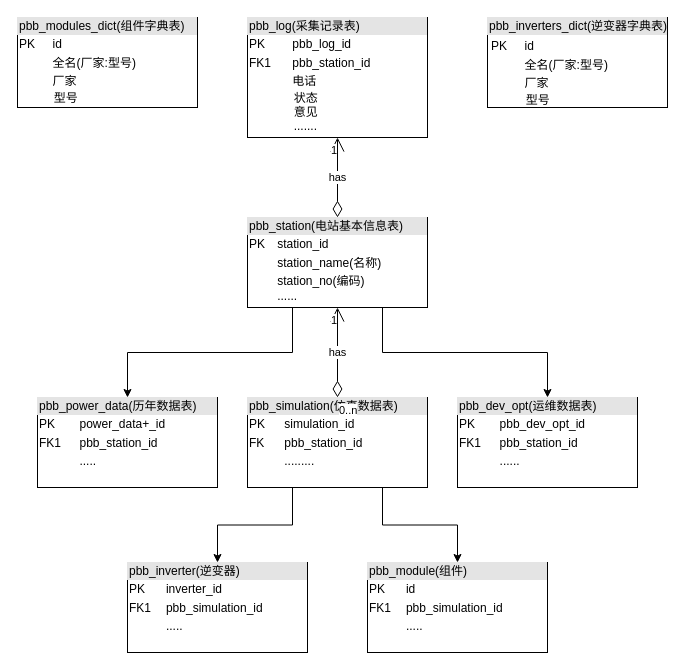
gg2herry/drawio keeps this draw.io diagram as page "数据库表" (2 of 3) of package.drawio. Above is the earlier version. Source tidied: cells renumbered, new cells numbered last; positions are measured from the earlier drawing's top-left corner, leaving out a move shared by most shapes. Both pictures are drawn from the tidied source at 100%, with x=0, y=0 at pixel (17, 17).
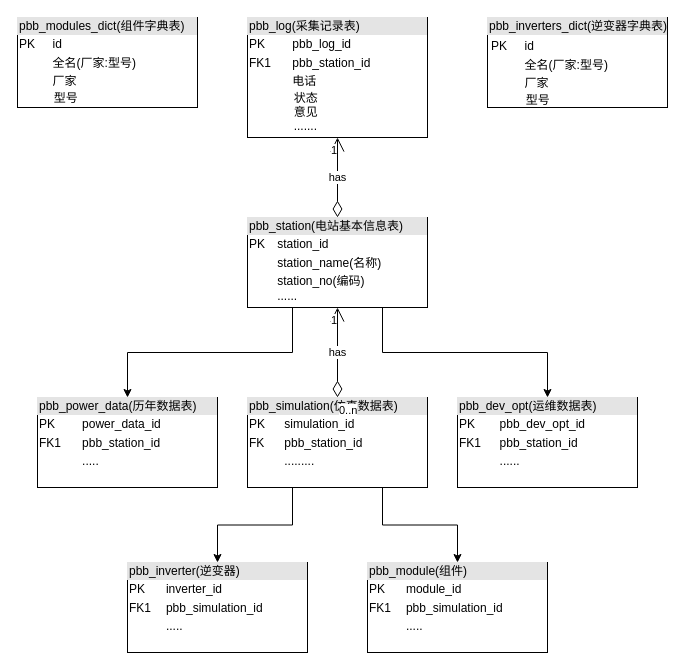
After the change.

The change refers to these unchanged cells:
```xml
<mxCell id="2" style="group;" parent="1" vertex="1">
  <mxGeometry width="650" height="635" as="geometry" />
</mxCell>
```

What changed in the source:
```diff
@@
-    <mxCell id="6" value="&lt;div style=&quot;box-sizing: border-box ; width: 100% ; background: #e4e4e4 ; padding: 2px&quot;&gt;pbb_module(组件)&lt;/div&gt;&lt;table style=&quot;width: 100% ; font-size: 1em&quot; cellpadding=&quot;2&quot; cellspacing=&quot;0&quot;&gt;&lt;tbody&gt;&lt;tr&gt;&lt;td&gt;PK&lt;/td&gt;&lt;td&gt;id&lt;br&gt;&lt;/td&gt;&lt;/tr&gt;&lt;tr&gt;&lt;td&gt;FK1&lt;/td&gt;&lt;td&gt;pbb_simulation_id&lt;/td&gt;&lt;/tr&gt;&lt;tr&gt;&lt;td&gt;&lt;/td&gt;&lt;td&gt;.....&lt;/td&gt;&lt;/tr&gt;&lt;/tbody&gt;&lt;/table&gt;" style="verticalAlign=top;align=left;overflow=fill;html=1;" parent="2" vertex="1">
+    <mxCell id="6" value="&lt;div style=&quot;box-sizing: border-box ; width: 100% ; background: #e4e4e4 ; padding: 2px&quot;&gt;pbb_module(组件)&lt;/div&gt;&lt;table style=&quot;width: 100% ; font-size: 1em&quot; cellpadding=&quot;2&quot; cellspacing=&quot;0&quot;&gt;&lt;tbody&gt;&lt;tr&gt;&lt;td&gt;PK&lt;/td&gt;&lt;td&gt;module_id&lt;br&gt;&lt;/td&gt;&lt;/tr&gt;&lt;tr&gt;&lt;td&gt;FK1&lt;/td&gt;&lt;td&gt;pbb_simulation_id&lt;/td&gt;&lt;/tr&gt;&lt;tr&gt;&lt;td&gt;&lt;/td&gt;&lt;td&gt;.....&lt;/td&gt;&lt;/tr&gt;&lt;/tbody&gt;&lt;/table&gt;" style="verticalAlign=top;align=left;overflow=fill;html=1;" parent="2" vertex="1">
       <mxGeometry x="350" y="545" width="180" height="90" as="geometry" />
     </mxCell>
@@
-    <mxCell id="10" value="&lt;div style=&quot;box-sizing: border-box ; width: 100% ; background: #e4e4e4 ; padding: 2px&quot;&gt;pbb_power_data(历年数据表)&lt;/div&gt;&lt;table style=&quot;width: 100% ; font-size: 1em&quot; cellpadding=&quot;2&quot; cellspacing=&quot;0&quot;&gt;&lt;tbody&gt;&lt;tr&gt;&lt;td&gt;PK&lt;/td&gt;&lt;td&gt;power_data+_id&lt;br&gt;&lt;/td&gt;&lt;/tr&gt;&lt;tr&gt;&lt;td&gt;FK1&lt;/td&gt;&lt;td&gt;pbb_station_id&lt;/td&gt;&lt;/tr&gt;&lt;tr&gt;&lt;td&gt;&lt;/td&gt;&lt;td&gt;.....&lt;/td&gt;&lt;/tr&gt;&lt;/tbody&gt;&lt;/table&gt;" style="verticalAlign=top;align=left;overflow=fill;html=1;" parent="2" vertex="1">
+    <mxCell id="10" value="&lt;div style=&quot;box-sizing: border-box ; width: 100% ; background: #e4e4e4 ; padding: 2px&quot;&gt;pbb_power_data(历年数据表)&lt;/div&gt;&lt;table style=&quot;width: 100% ; font-size: 1em&quot; cellpadding=&quot;2&quot; cellspacing=&quot;0&quot;&gt;&lt;tbody&gt;&lt;tr&gt;&lt;td&gt;PK&lt;/td&gt;&lt;td&gt;power_data_id&lt;br&gt;&lt;/td&gt;&lt;/tr&gt;&lt;tr&gt;&lt;td&gt;FK1&lt;/td&gt;&lt;td&gt;pbb_station_id&lt;/td&gt;&lt;/tr&gt;&lt;tr&gt;&lt;td&gt;&lt;/td&gt;&lt;td&gt;.....&lt;/td&gt;&lt;/tr&gt;&lt;/tbody&gt;&lt;/table&gt;" style="verticalAlign=top;align=left;overflow=fill;html=1;" parent="2" vertex="1">
       <mxGeometry x="20" y="380" width="180" height="90" as="geometry" />
     </mxCell>
```
